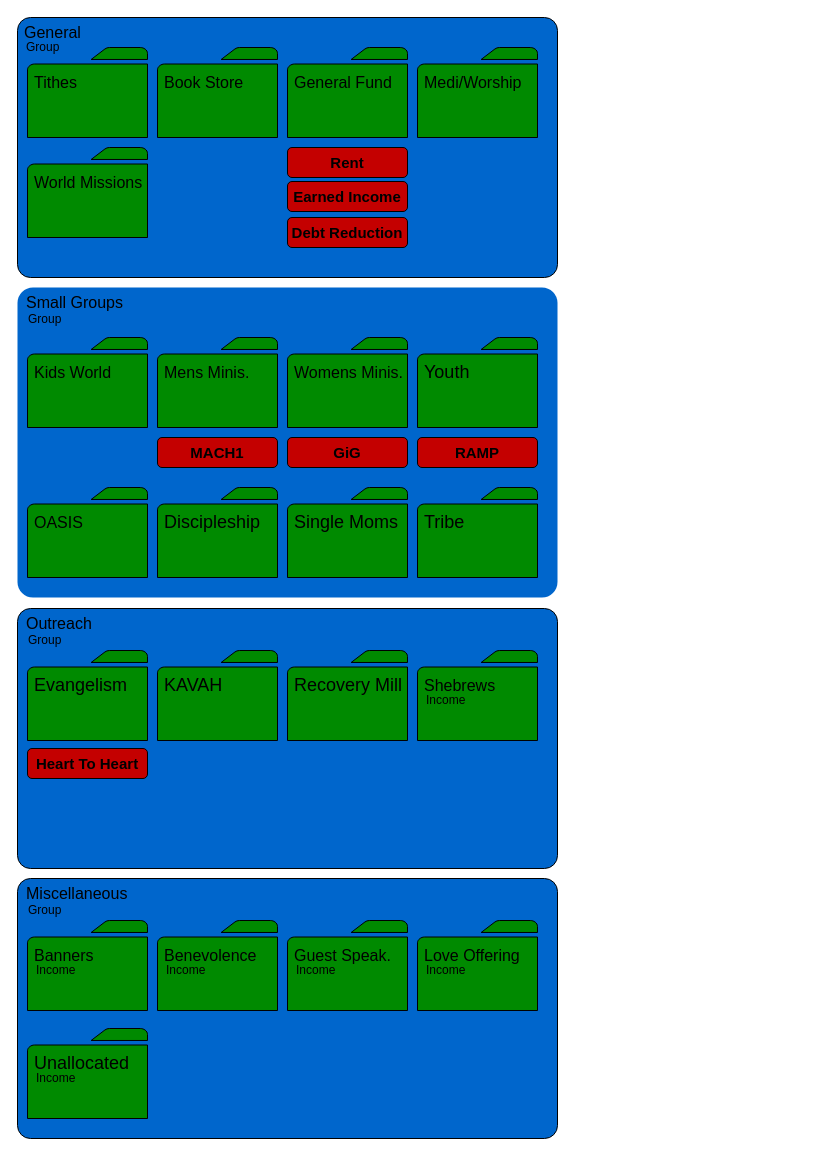
The draw.io diagram page "New Folders" (5 of 5) of documents-and-diagrams/account-architecture.drawio in Parkway-Development/parkway-legacy, before the edit. Source tidied: cells renumbered, new cells numbered last; positions are measured from the earlier drawing's top-left corner, leaving out a move shared by most shapes. Both pictures are drawn from the tidied source at 100%, with x=0, y=0 at pixel (17, 17).
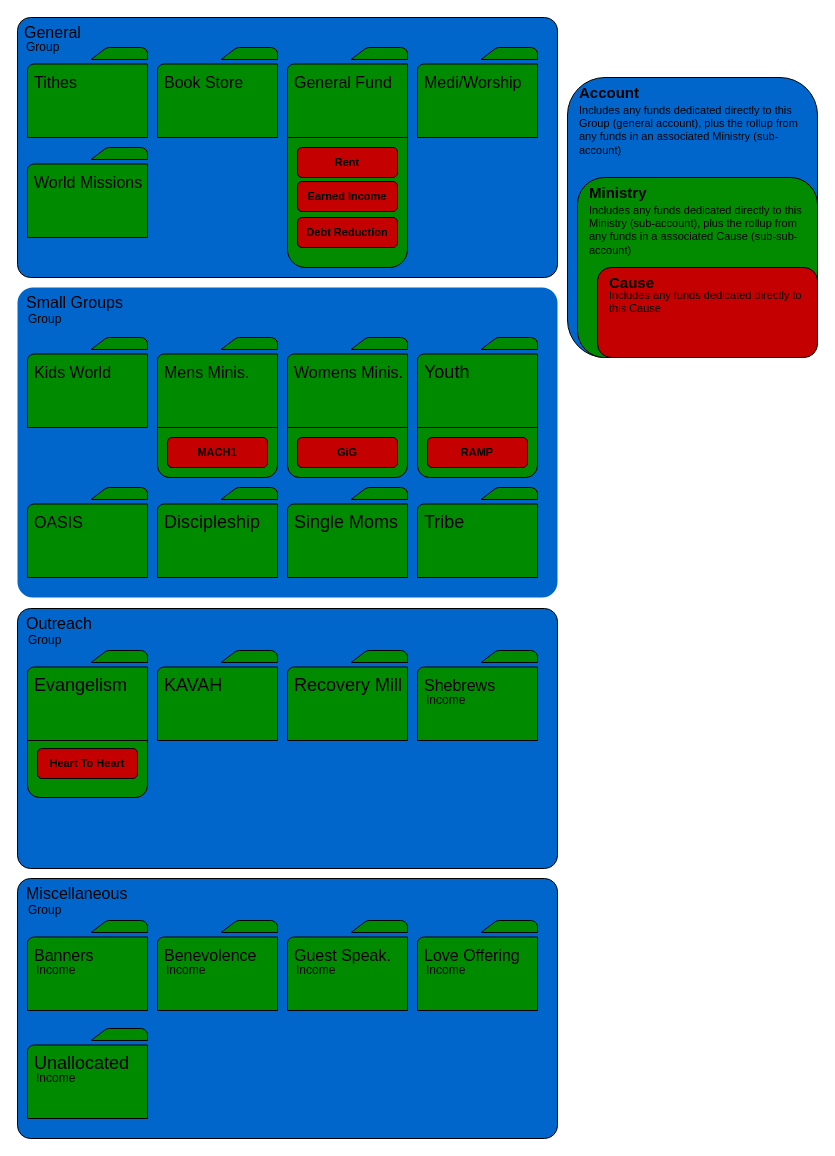
Above is the later version.

Commit message (it also covers changes not shown here):
finished expanding financial account managgement

Change to the diagram source:
```diff
@@
+    <mxCell id="21" style="rounded=1;whiteSpace=wrap;html=1;strokeColor=none;fillColor=#0066CC;arcSize=5;" parent="1" vertex="1">
+      <mxGeometry y="270" width="540" height="310" as="geometry" />
+    </mxCell>
+    <mxCell id="94" style="rounded=1;whiteSpace=wrap;html=1;strokeColor=#000000;fillColor=#028a00;verticalAlign=top;align=left;spacingLeft=10;" parent="1" vertex="1">
+      <mxGeometry x="400" y="380" width="120" height="80" as="geometry" />
+    </mxCell>
+    <mxCell id="95" style="rounded=1;whiteSpace=wrap;html=1;strokeColor=#000000;fillColor=#028a00;verticalAlign=top;align=left;spacingLeft=10;" parent="1" vertex="1">
+      <mxGeometry x="270" y="380" width="120" height="80" as="geometry" />
+    </mxCell>
+    <mxCell id="96" style="rounded=1;whiteSpace=wrap;html=1;strokeColor=#000000;fillColor=#028a00;verticalAlign=top;align=left;spacingLeft=10;" parent="1" vertex="1">
+      <mxGeometry x="140" y="380" width="120" height="80" as="geometry" />
+    </mxCell>
+    <mxCell id="22" style="rounded=1;whiteSpace=wrap;html=1;strokeColor=#000000;fillColor=#0066CC;arcSize=5;" parent="1" vertex="1">
+      <mxGeometry width="540" height="260" as="geometry" />
+    </mxCell>
+    <mxCell id="97" style="rounded=1;whiteSpace=wrap;html=1;strokeColor=#000000;fillColor=#028a00;verticalAlign=top;align=left;spacingLeft=10;" parent="1" vertex="1">
+      <mxGeometry x="270" y="104" width="120" height="146" as="geometry" />
+    </mxCell>
@@
-    <mxCell id="3" style="group;" parent="1" vertex="1">
+    <mxCell id="3" style="group;fontSize=12;" parent="1" vertex="1">
       <mxGeometry y="591" width="540" height="260" as="geometry" />
     </mxCell>
@@
+    <mxCell id="98" style="rounded=1;whiteSpace=wrap;html=1;strokeColor=#000000;fillColor=#028a00;verticalAlign=top;align=left;spacingLeft=10;" parent="3" vertex="1">
+      <mxGeometry x="10" y="109" width="120" height="80" as="geometry" />
+    </mxCell>
@@
-    <mxCell id="10" value="&lt;font size=&quot;1&quot; style=&quot;&quot;&gt;&lt;b style=&quot;font-size: 15px;&quot;&gt;Heart To Heart&lt;/b&gt;&lt;/font&gt;" style="rounded=1;whiteSpace=wrap;html=1;strokeColor=#000000;fillColor=#C40000;" parent="3" vertex="1">
-      <mxGeometry x="10" y="140" width="120" height="30" as="geometry" />
+    <mxCell id="10" value="&lt;font style=&quot;font-size: 11px;&quot;&gt;&lt;b style=&quot;font-size: 11px;&quot;&gt;Heart To Heart&lt;/b&gt;&lt;/font&gt;" style="rounded=1;whiteSpace=wrap;html=1;strokeColor=#000000;fillColor=#C40000;fontSize=11;" parent="3" vertex="1">
+      <mxGeometry x="20" y="140" width="100" height="30" as="geometry" />
     </mxCell>
@@
-    <mxCell id="21" style="rounded=1;whiteSpace=wrap;html=1;strokeColor=none;fillColor=#0066CC;arcSize=5;" parent="1" vertex="1">
-      <mxGeometry y="270" width="540" height="310" as="geometry" />
-    </mxCell>
-    <mxCell id="22" style="rounded=1;whiteSpace=wrap;html=1;strokeColor=#000000;fillColor=#0066CC;arcSize=5;" parent="1" vertex="1">
-      <mxGeometry width="540" height="260" as="geometry" />
-    </mxCell>
@@
-    <mxCell id="72" value="&lt;font size=&quot;1&quot; style=&quot;&quot;&gt;&lt;b style=&quot;font-size: 15px;&quot;&gt;Rent&lt;/b&gt;&lt;/font&gt;" style="rounded=1;whiteSpace=wrap;html=1;strokeColor=#000000;fillColor=#C40000;" parent="1" vertex="1">
-      <mxGeometry x="270" y="130" width="120" height="30" as="geometry" />
+    <mxCell id="72" value="&lt;font style=&quot;font-size: 11px;&quot;&gt;&lt;b style=&quot;font-size: 11px;&quot;&gt;Rent&lt;/b&gt;&lt;/font&gt;" style="rounded=1;whiteSpace=wrap;html=1;strokeColor=#000000;fillColor=#C40000;fontSize=11;" parent="1" vertex="1">
+      <mxGeometry x="280" y="130" width="100" height="30" as="geometry" />
     </mxCell>
-    <mxCell id="73" value="&lt;font size=&quot;1&quot; style=&quot;&quot;&gt;&lt;b style=&quot;font-size: 15px;&quot;&gt;Earned Income&lt;/b&gt;&lt;/font&gt;" style="rounded=1;whiteSpace=wrap;html=1;strokeColor=#000000;fillColor=#C40000;" parent="1" vertex="1">
-      <mxGeometry x="270" y="164" width="120" height="30" as="geometry" />
+    <mxCell id="73" value="&lt;font style=&quot;font-size: 11px;&quot;&gt;&lt;b style=&quot;font-size: 11px;&quot;&gt;Earned Income&lt;/b&gt;&lt;/font&gt;" style="rounded=1;whiteSpace=wrap;html=1;strokeColor=#000000;fillColor=#C40000;fontSize=11;" parent="1" vertex="1">
+      <mxGeometry x="280" y="164" width="100" height="30" as="geometry" />
     </mxCell>
@@
-    <mxCell id="88" value="&lt;font size=&quot;1&quot; style=&quot;&quot;&gt;&lt;b style=&quot;font-size: 15px;&quot;&gt;MACH1&lt;/b&gt;&lt;/font&gt;" style="rounded=1;whiteSpace=wrap;html=1;strokeColor=#000000;fillColor=#C40000;" parent="1" vertex="1">
-      <mxGeometry x="140" y="420" width="120" height="30" as="geometry" />
+    <mxCell id="88" value="&lt;font style=&quot;font-size: 11px;&quot;&gt;&lt;b style=&quot;font-size: 11px;&quot;&gt;MACH1&lt;/b&gt;&lt;/font&gt;" style="rounded=1;whiteSpace=wrap;html=1;strokeColor=#000000;fillColor=#C40000;fontSize=11;" parent="1" vertex="1">
+      <mxGeometry x="150" y="420" width="100" height="30" as="geometry" />
     </mxCell>
-    <mxCell id="89" value="&lt;font size=&quot;1&quot; style=&quot;&quot;&gt;&lt;b style=&quot;font-size: 15px;&quot;&gt;GiG&lt;/b&gt;&lt;/font&gt;" style="rounded=1;whiteSpace=wrap;html=1;strokeColor=#000000;fillColor=#C40000;" parent="1" vertex="1">
-      <mxGeometry x="270" y="420" width="120" height="30" as="geometry" />
+    <mxCell id="89" value="&lt;font style=&quot;font-size: 11px;&quot;&gt;&lt;b style=&quot;font-size: 11px;&quot;&gt;GiG&lt;/b&gt;&lt;/font&gt;" style="rounded=1;whiteSpace=wrap;html=1;strokeColor=#000000;fillColor=#C40000;fontSize=11;" parent="1" vertex="1">
+      <mxGeometry x="280" y="420" width="100" height="30" as="geometry" />
     </mxCell>
-    <mxCell id="90" value="&lt;font size=&quot;1&quot; style=&quot;&quot;&gt;&lt;b style=&quot;font-size: 15px;&quot;&gt;RAMP&lt;/b&gt;&lt;/font&gt;" style="rounded=1;whiteSpace=wrap;html=1;strokeColor=#000000;fillColor=#C40000;" parent="1" vertex="1">
-      <mxGeometry x="400" y="420" width="120" height="30" as="geometry" />
+    <mxCell id="90" value="&lt;font style=&quot;font-size: 11px;&quot;&gt;&lt;b style=&quot;font-size: 11px;&quot;&gt;RAMP&lt;/b&gt;&lt;/font&gt;" style="rounded=1;whiteSpace=wrap;html=1;strokeColor=#000000;fillColor=#C40000;fontSize=11;" parent="1" vertex="1">
+      <mxGeometry x="410" y="420" width="100" height="30" as="geometry" />
     </mxCell>
-    <mxCell id="91" value="&lt;font size=&quot;1&quot; style=&quot;&quot;&gt;&lt;b style=&quot;font-size: 15px;&quot;&gt;Debt Reduction&lt;/b&gt;&lt;/font&gt;" style="rounded=1;whiteSpace=wrap;html=1;strokeColor=#000000;fillColor=#C40000;" parent="1" vertex="1">
-      <mxGeometry x="270" y="200" width="120" height="30" as="geometry" />
+    <mxCell id="91" value="&lt;font style=&quot;font-size: 11px;&quot;&gt;&lt;b style=&quot;font-size: 11px;&quot;&gt;Debt Reduction&lt;/b&gt;&lt;/font&gt;" style="rounded=1;whiteSpace=wrap;html=1;strokeColor=#000000;fillColor=#C40000;fontSize=11;" parent="1" vertex="1">
+      <mxGeometry x="280" y="200" width="100" height="30" as="geometry" />
     </mxCell>
@@
+    <mxCell id="99" value="&lt;span style=&quot;font-size: 15px;&quot;&gt;&lt;b&gt;Account&lt;/b&gt;&lt;/span&gt;" style="rounded=1;whiteSpace=wrap;html=1;strokeColor=#000000;fillColor=#0166cc;verticalAlign=top;align=left;spacingLeft=10;" parent="1" vertex="1">
+      <mxGeometry x="550" y="60" width="250" height="280" as="geometry" />
+    </mxCell>
+    <mxCell id="100" value="&lt;font size=&quot;1&quot; style=&quot;&quot;&gt;&lt;b style=&quot;font-size: 15px;&quot;&gt;Ministry&lt;/b&gt;&lt;/font&gt;" style="rounded=1;whiteSpace=wrap;html=1;strokeColor=#000000;fillColor=#028a00;verticalAlign=top;align=left;spacingLeft=10;" parent="1" vertex="1">
+      <mxGeometry x="560" y="160" width="240" height="180" as="geometry" />
+    </mxCell>
+    <mxCell id="101" value="&lt;font size=&quot;1&quot; style=&quot;&quot;&gt;&lt;b style=&quot;font-size: 15px;&quot;&gt;Cause&lt;/b&gt;&lt;/font&gt;" style="rounded=1;whiteSpace=wrap;html=1;strokeColor=#000000;fillColor=#C40000;verticalAlign=top;align=left;spacingLeft=10;" parent="1" vertex="1">
+      <mxGeometry x="580" y="250" width="220" height="90" as="geometry" />
+    </mxCell>
+    <mxCell id="102" value="Includes any funds dedicated directly to this Group (general account), plus the rollup from any funds in an associated Ministry (sub-account)" style="text;strokeColor=none;align=left;fillColor=none;html=1;verticalAlign=top;whiteSpace=wrap;rounded=0;fontSize=11;spacingLeft=10;" parent="1" vertex="1">
+      <mxGeometry x="550" y="80" width="250" height="60" as="geometry" />
+    </mxCell>
+    <mxCell id="103" value="Includes any funds dedicated directly to this Ministry (sub-account), plus the rollup from any funds in a associated Cause (sub-sub-account)" style="text;strokeColor=none;align=left;fillColor=none;html=1;verticalAlign=top;whiteSpace=wrap;rounded=0;fontSize=11;spacingLeft=10;" parent="1" vertex="1">
+      <mxGeometry x="560" y="180" width="240" height="60" as="geometry" />
+    </mxCell>
+    <mxCell id="104" value="Includes any funds dedicated directly to this Cause" style="text;strokeColor=none;align=left;fillColor=none;html=1;verticalAlign=top;whiteSpace=wrap;rounded=0;fontSize=11;spacingLeft=10;" parent="1" vertex="1">
+      <mxGeometry x="580" y="265" width="220" height="60" as="geometry" />
+    </mxCell>
```
